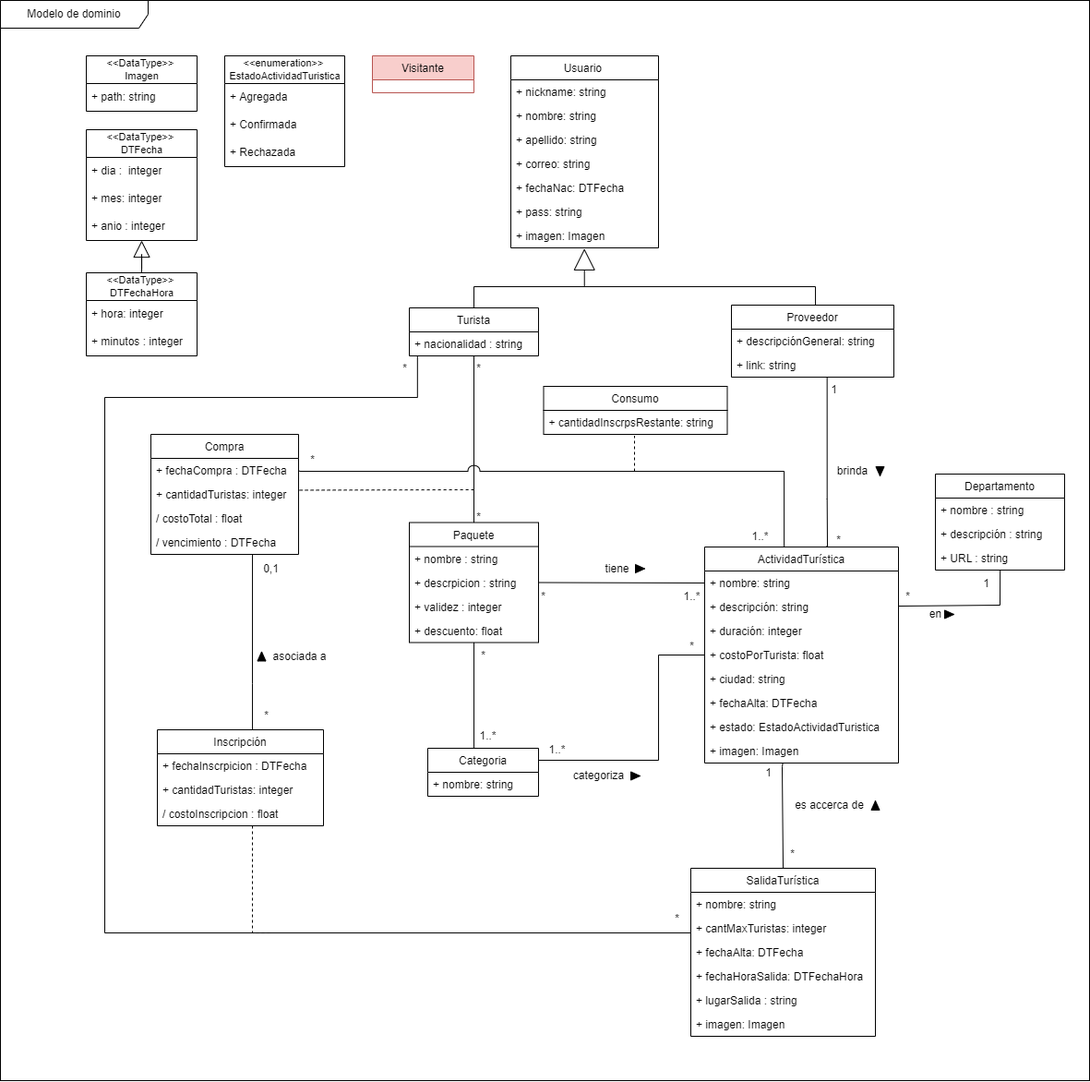
FacundoDiaz00/Taller-de-Programaci-n keeps this draw.io diagram as docs/Iteración 2/Análisis/Modelo de dominio/MD.png. Above is the earlier version. Source tidied: cells renumbered, new cells last; positions are measured from the earlier drawing's top-left corner, leaving out a move shared by most shapes.
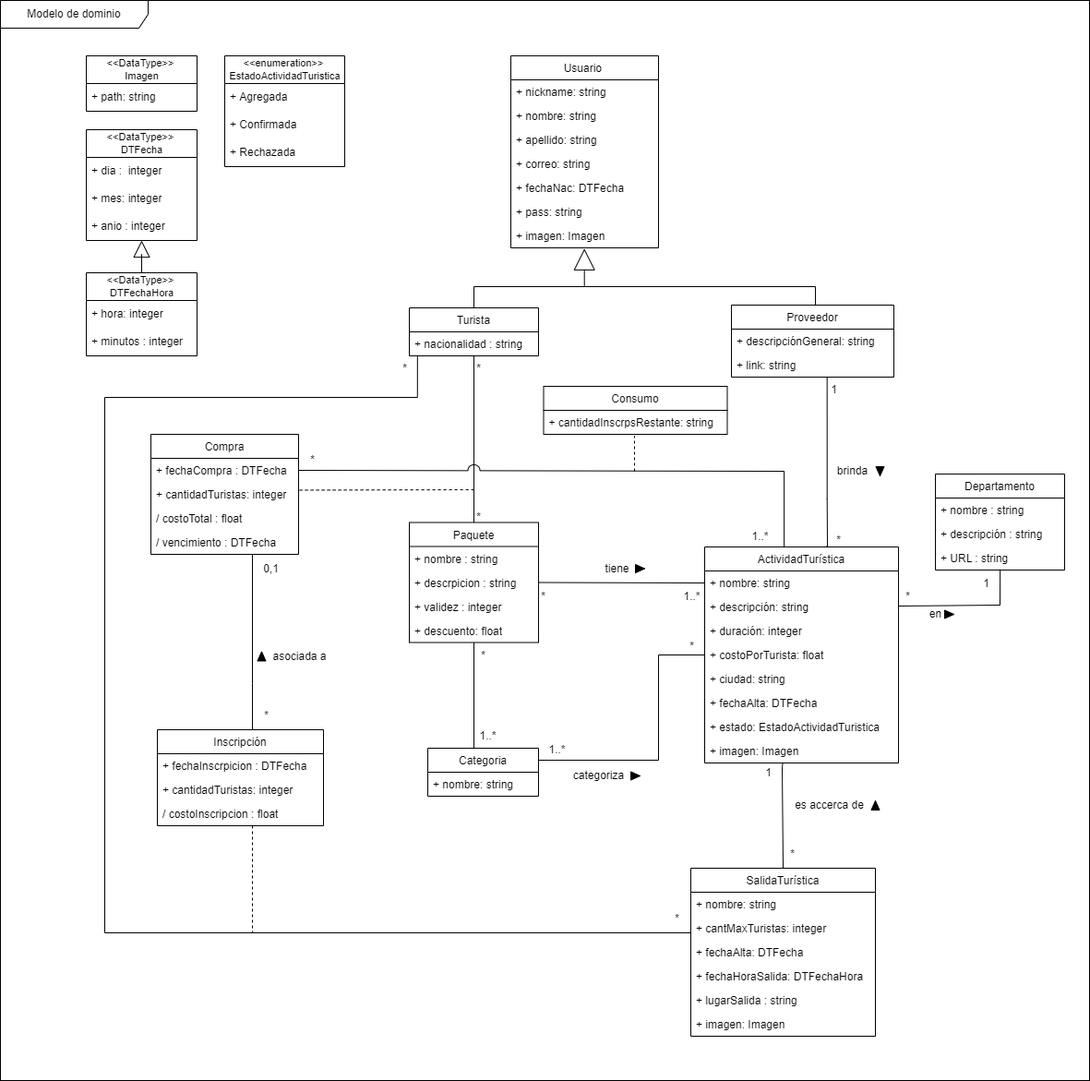
Above is the later version.

Commit message:
Actualizo modelo de dominio

The edit, as a diff of the source:
```diff
@@ -341,9 +341,6 @@
     <mxCell id="96" value="1" style="text;html=1;align=center;verticalAlign=middle;strokeColor=none;fillColor=none;" parent="1" vertex="1">
       <mxGeometry x="893" y="412" width="20" height="20" as="geometry" />
     </mxCell>
-    <mxCell id="97" value="Visitante" style="swimlane;fontStyle=0;horizontal=1;startSize=26;fillColor=#f8cecc;strokeColor=#b85450;" parent="1" vertex="1">
-      <mxGeometry x="403" y="60" width="110" height="40" as="geometry" />
-    </mxCell>
     <mxCell id="98" style="edgeStyle=orthogonalEdgeStyle;rounded=0;jettySize=auto;html=1;entryX=0;entryY=0.5;entryDx=0;entryDy=0;endArrow=none;endFill=0;exitX=1;exitY=0.25;exitDx=0;exitDy=0;" parent="1" edge="1" source="99" target="28">
       <mxGeometry relative="1" as="geometry">
         <Array as="points">
```
